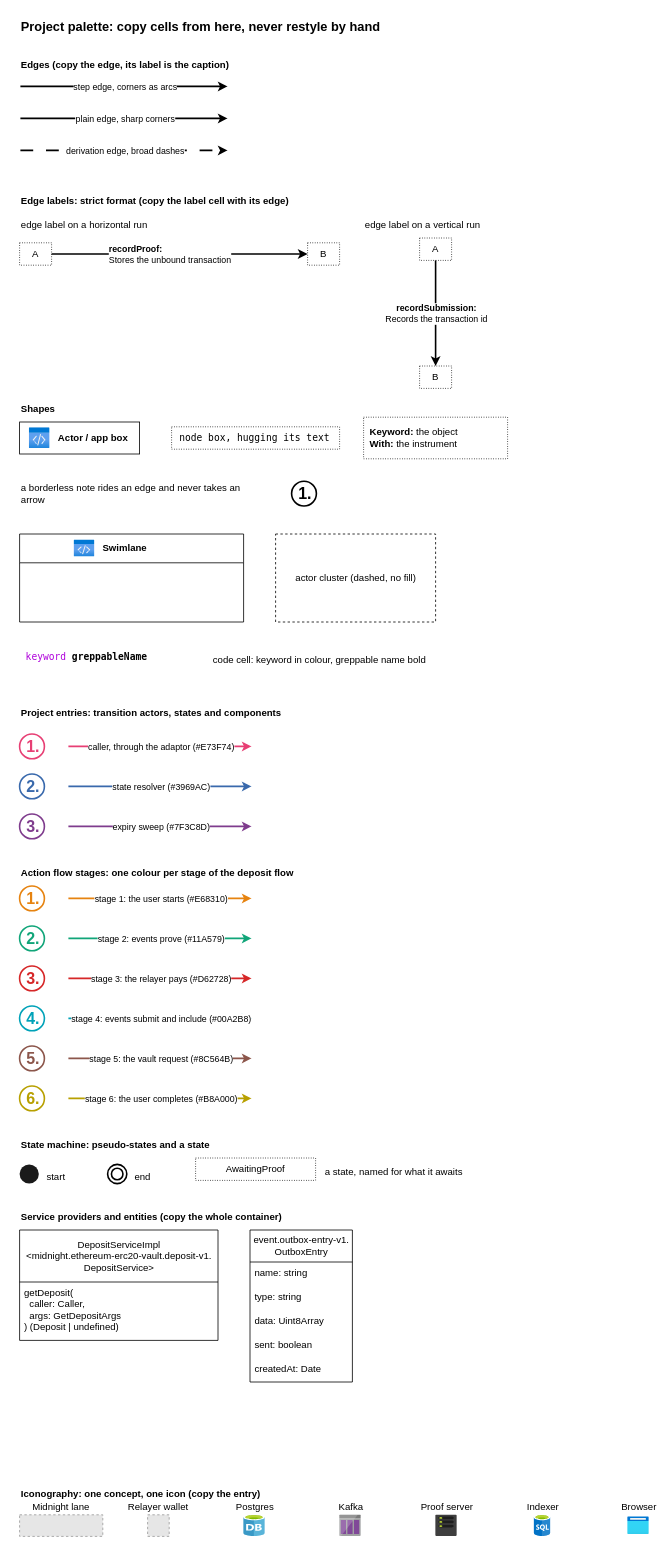
The draw.io diagram docs/diagram-palette.drawio in sig-net/full-stack-demo, before the edit. Source tidied: cells renumbered, new cells numbered last; positions are measured from the earlier drawing's top-left corner, leaving out a move shared by most shapes. Both pictures are drawn from the tidied source at 80%, with x=0, y=0 at pixel (19, 14). Pictures stored in the file or linked from it are replaced by grey dashed boxes.
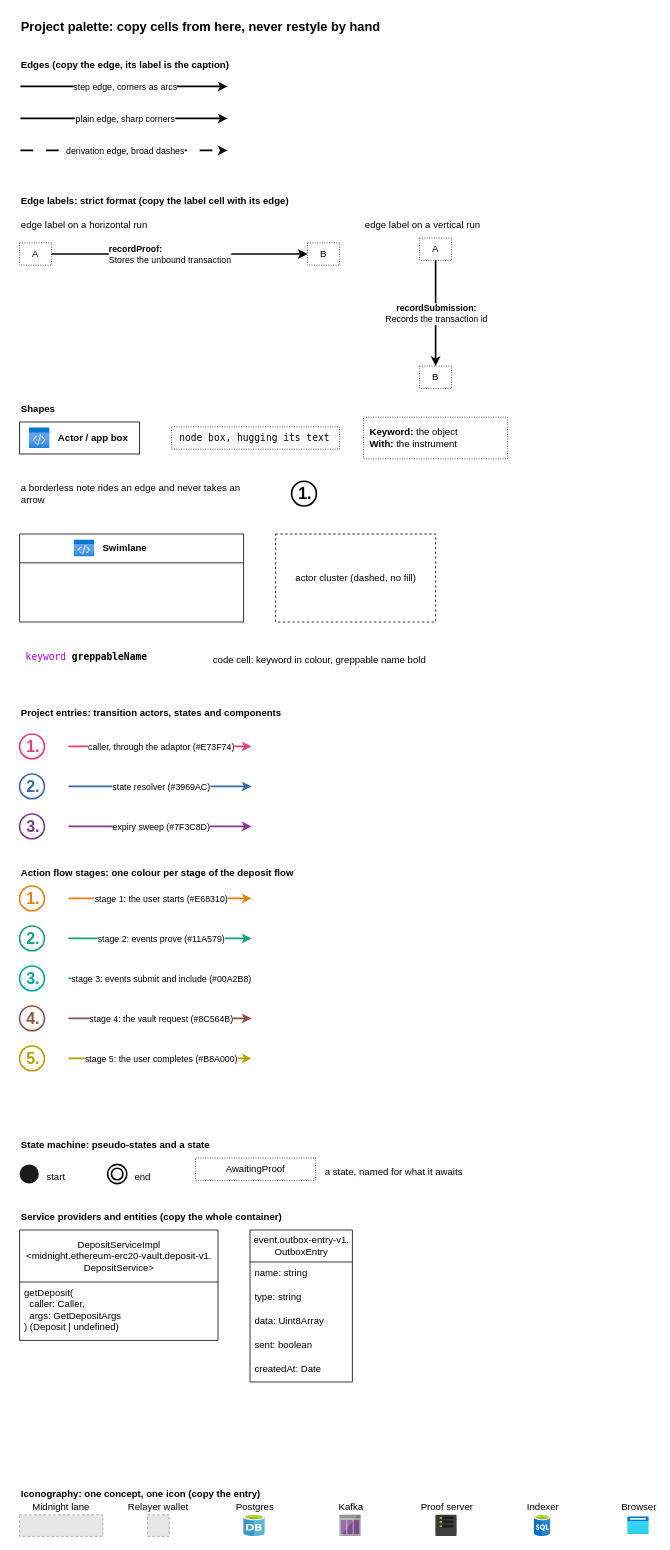
Above is the later version.

The change refers to these unchanged cells:
```xml
<mxCell id="70" style="point;html=1;strokeColor=none;fillColor=none;" parent="1" vertex="1">
  <mxGeometry x="60" y="1205" width="1" height="1" as="geometry" />
</mxCell>
<mxCell id="71" style="point;html=1;strokeColor=none;fillColor=none;" parent="1" vertex="1">
  <mxGeometry x="290" y="1205" width="1" height="1" as="geometry" />
</mxCell>
<mxCell id="75" style="point;html=1;strokeColor=none;fillColor=none;" parent="1" vertex="1">
  <mxGeometry x="60" y="1255" width="1" height="1" as="geometry" />
</mxCell>
<mxCell id="76" style="point;html=1;strokeColor=none;fillColor=none;" parent="1" vertex="1">
  <mxGeometry x="290" y="1255" width="1" height="1" as="geometry" />
</mxCell>
<mxCell id="80" style="point;html=1;strokeColor=none;fillColor=none;" parent="1" vertex="1">
  <mxGeometry x="60" y="1305" width="1" height="1" as="geometry" />
</mxCell>
<mxCell id="81" style="point;html=1;strokeColor=none;fillColor=none;" parent="1" vertex="1">
  <mxGeometry x="290" y="1305" width="1" height="1" as="geometry" />
</mxCell>
```

What changed in the source:
```diff
@@
-    <mxCell id="69" value="3." style="ellipse;whiteSpace=wrap;html=1;fontStyle=1;fontSize=20;spacing=0;spacingTop=-2;fillColor=none;spacingLeft=3;fontColor=#D62728;strokeWidth=2;strokeColor=#D62728;" parent="1" vertex="1">
+    <mxCell id="69" value="3." style="ellipse;whiteSpace=wrap;html=1;fontStyle=1;fontSize=20;spacing=0;spacingTop=-2;fillColor=none;spacingLeft=3;fontColor=#00A2B8;strokeWidth=2;strokeColor=#00A2B8;" parent="1" vertex="1">
       <mxGeometry y="1190" width="31" height="31" as="geometry" />
     </mxCell>
@@
-    <mxCell id="72" style="exitX=1;exitY=0.5;exitDx=0;exitDy=0;entryX=0;entryY=0.5;entryDx=0;entryDy=0;html=1;strokeColor=#D62728;rounded=1;arcSize=20;strokeWidth=2;" parent="1" edge="1" source="70" target="71">
+    <mxCell id="72" style="exitX=1;exitY=0.5;exitDx=0;exitDy=0;entryX=0;entryY=0.5;entryDx=0;entryDy=0;html=1;strokeColor=#00A2B8;rounded=1;arcSize=20;strokeWidth=2;" parent="1" edge="1" source="70" target="71">
       <mxGeometry relative="1" as="geometry" />
     </mxCell>
-    <mxCell id="73" value="stage 3: the relayer pays (#D62728)" style="edgeLabel;html=1;align=center;verticalAlign=middle;labelBackgroundColor=default;" parent="72" vertex="1">
+    <mxCell id="73" value="stage 3: events submit and include (#00A2B8)" style="edgeLabel;html=1;align=center;verticalAlign=middle;labelBackgroundColor=default;" parent="72" vertex="1">
       <mxGeometry relative="1" as="geometry" />
     </mxCell>
-    <mxCell id="74" value="4." style="ellipse;whiteSpace=wrap;html=1;fontStyle=1;fontSize=20;spacing=0;spacingTop=-2;fillColor=none;spacingLeft=3;fontColor=#00A2B8;strokeWidth=2;strokeColor=#00A2B8;" parent="1" vertex="1">
+    <mxCell id="74" value="4." style="ellipse;whiteSpace=wrap;html=1;fontStyle=1;fontSize=20;spacing=0;spacingTop=-2;fillColor=none;spacingLeft=3;fontColor=#8C564B;strokeWidth=2;strokeColor=#8C564B;" parent="1" vertex="1">
       <mxGeometry y="1240" width="31" height="31" as="geometry" />
     </mxCell>
@@
-    <mxCell id="77" style="exitX=1;exitY=0.5;exitDx=0;exitDy=0;entryX=0;entryY=0.5;entryDx=0;entryDy=0;html=1;strokeColor=#00A2B8;rounded=1;arcSize=20;strokeWidth=2;" parent="1" edge="1" source="75" target="76">
+    <mxCell id="77" style="exitX=1;exitY=0.5;exitDx=0;exitDy=0;entryX=0;entryY=0.5;entryDx=0;entryDy=0;html=1;strokeColor=#8C564B;rounded=1;arcSize=20;strokeWidth=2;" parent="1" edge="1" source="75" target="76">
       <mxGeometry relative="1" as="geometry" />
     </mxCell>
-    <mxCell id="78" value="stage 4: events submit and include (#00A2B8)" style="edgeLabel;html=1;align=center;verticalAlign=middle;labelBackgroundColor=default;" parent="77" vertex="1">
+    <mxCell id="78" value="stage 4: the vault request (#8C564B)" style="edgeLabel;html=1;align=center;verticalAlign=middle;labelBackgroundColor=default;" parent="77" vertex="1">
       <mxGeometry relative="1" as="geometry" />
     </mxCell>
-    <mxCell id="79" value="5." style="ellipse;whiteSpace=wrap;html=1;fontStyle=1;fontSize=20;spacing=0;spacingTop=-2;fillColor=none;spacingLeft=3;fontColor=#8C564B;strokeWidth=2;strokeColor=#8C564B;" parent="1" vertex="1">
+    <mxCell id="79" value="5." style="ellipse;whiteSpace=wrap;html=1;fontStyle=1;fontSize=20;spacing=0;spacingTop=-2;fillColor=none;spacingLeft=3;fontColor=#B8A000;strokeWidth=2;strokeColor=#B8A000;" parent="1" vertex="1">
       <mxGeometry y="1290" width="31" height="31" as="geometry" />
     </mxCell>
@@
-    <mxCell id="82" style="exitX=1;exitY=0.5;exitDx=0;exitDy=0;entryX=0;entryY=0.5;entryDx=0;entryDy=0;html=1;strokeColor=#8C564B;rounded=1;arcSize=20;strokeWidth=2;" parent="1" edge="1" source="80" target="81">
+    <mxCell id="82" style="exitX=1;exitY=0.5;exitDx=0;exitDy=0;entryX=0;entryY=0.5;entryDx=0;entryDy=0;html=1;strokeColor=#B8A000;rounded=1;arcSize=20;strokeWidth=2;" parent="1" edge="1" source="80" target="81">
       <mxGeometry relative="1" as="geometry" />
     </mxCell>
-    <mxCell id="83" value="stage 5: the vault request (#8C564B)" style="edgeLabel;html=1;align=center;verticalAlign=middle;labelBackgroundColor=default;" parent="82" vertex="1">
+    <mxCell id="83" value="stage 5: the user completes (#B8A000)" style="edgeLabel;html=1;align=center;verticalAlign=middle;labelBackgroundColor=default;" parent="82" vertex="1">
       <mxGeometry relative="1" as="geometry" />
     </mxCell>
-    <mxCell id="84" value="6." style="ellipse;whiteSpace=wrap;html=1;fontStyle=1;fontSize=20;spacing=0;spacingTop=-2;fillColor=none;spacingLeft=3;fontColor=#B8A000;strokeWidth=2;strokeColor=#B8A000;" parent="1" vertex="1">
-      <mxGeometry y="1340" width="31" height="31" as="geometry" />
-    </mxCell>
-    <mxCell id="85" style="point;html=1;strokeColor=none;fillColor=none;" parent="1" vertex="1">
-      <mxGeometry x="60" y="1355" width="1" height="1" as="geometry" />
-    </mxCell>
-    <mxCell id="86" style="point;html=1;strokeColor=none;fillColor=none;" parent="1" vertex="1">
-      <mxGeometry x="290" y="1355" width="1" height="1" as="geometry" />
-    </mxCell>
-    <mxCell id="87" style="exitX=1;exitY=0.5;exitDx=0;exitDy=0;entryX=0;entryY=0.5;entryDx=0;entryDy=0;html=1;strokeColor=#B8A000;rounded=1;arcSize=20;strokeWidth=2;" parent="1" edge="1" source="85" target="86">
-      <mxGeometry relative="1" as="geometry" />
-    </mxCell>
-    <mxCell id="88" value="stage 6: the user completes (#B8A000)" style="edgeLabel;html=1;align=center;verticalAlign=middle;labelBackgroundColor=default;" parent="87" vertex="1">
-      <mxGeometry relative="1" as="geometry" />
-    </mxCell>
```
